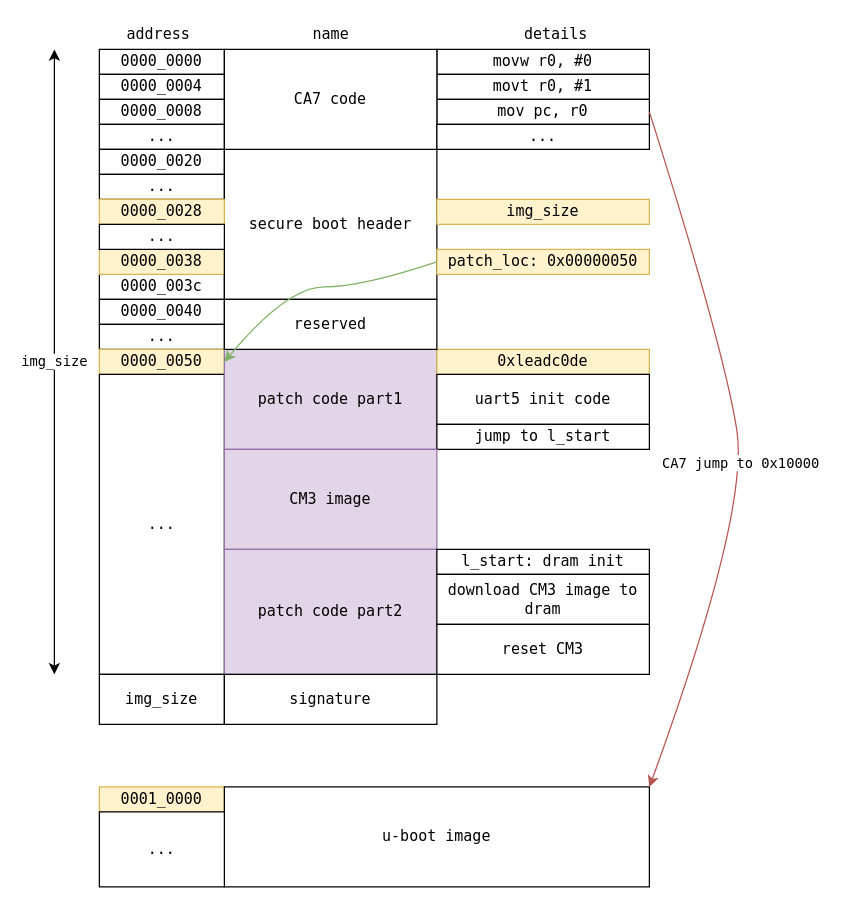
The draw.io diagram doc/AST2650_cm3boot.drawio in AspeedTech-BMC/rom-patcher, before the edit. Source tidied: cells renumbered, new cells numbered last; positions are measured from the earlier drawing's top-left corner, leaving out a move shared by most shapes. Both pictures are drawn from the tidied source at 125%, with x=0, y=0 at pixel (54, 21).
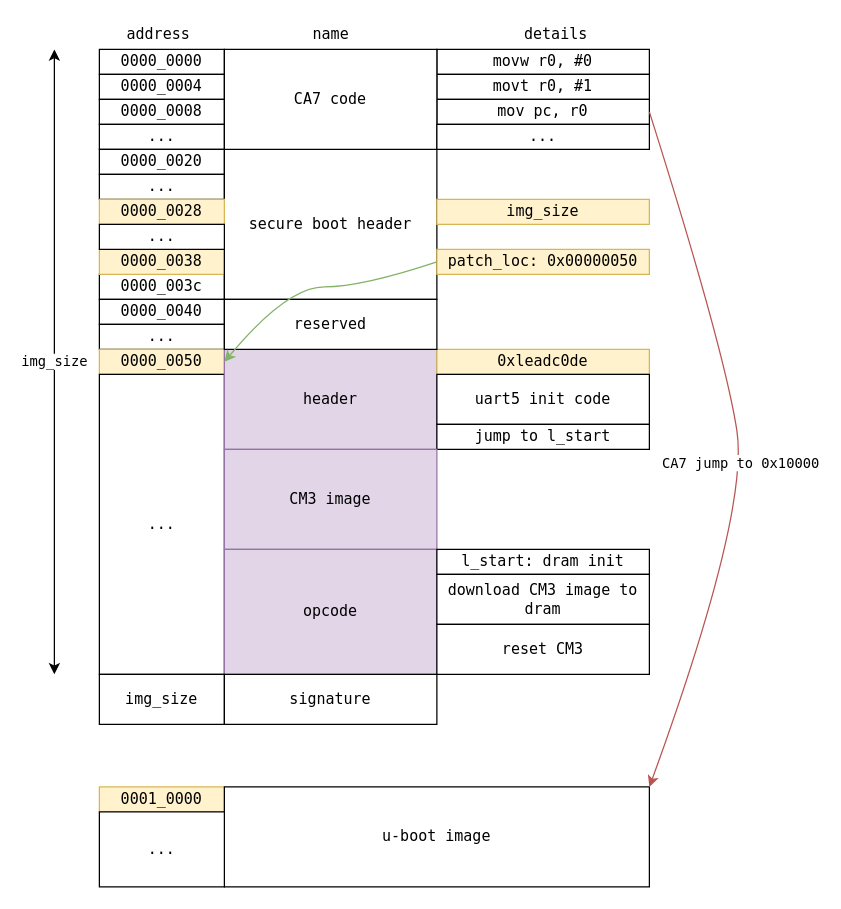
After the change.

Commit message:
update Flash layout

What changed in the source:
```diff
@@
-    <mxCell id="18" value="patch code part1" style="rounded=0;whiteSpace=wrap;html=1;fontFamily=Lucida Console;fillColor=#e1d5e7;strokeColor=#9673a6;" parent="1" vertex="1">
+    <mxCell id="18" value="header" style="rounded=0;whiteSpace=wrap;html=1;fontFamily=Lucida Console;fillColor=#e1d5e7;strokeColor=#9673a6;" parent="1" vertex="1">
       <mxGeometry x="136" y="262" width="170" height="80" as="geometry" />
     </mxCell>
@@
-    <mxCell id="26" value="patch code part2" style="rounded=0;whiteSpace=wrap;html=1;fontFamily=Lucida Console;fillColor=#e1d5e7;strokeColor=#9673a6;" parent="1" vertex="1">
+    <mxCell id="26" value="opcode" style="rounded=0;whiteSpace=wrap;html=1;fontFamily=Lucida Console;fillColor=#e1d5e7;strokeColor=#9673a6;" parent="1" vertex="1">
       <mxGeometry x="136" y="422" width="170" height="100" as="geometry" />
     </mxCell>
```
